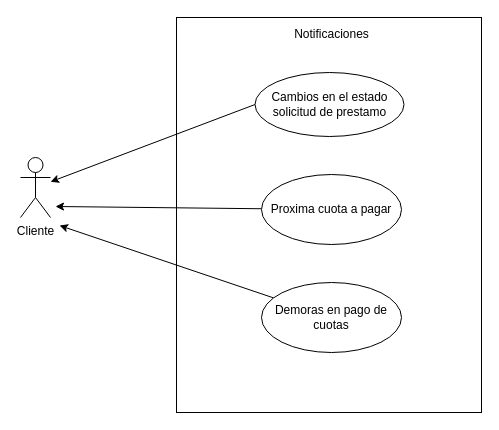
Before: docs/use cases/notifications.drawio in alexrv11/credicuotas, a draw.io diagram. Source tidied: cells renumbered, new cells numbered last; positions are measured from the earlier drawing's top-left corner, leaving out a move shared by most shapes. Both pictures are drawn from the tidied source at 100%, with x=0, y=0 at pixel (20, 17).
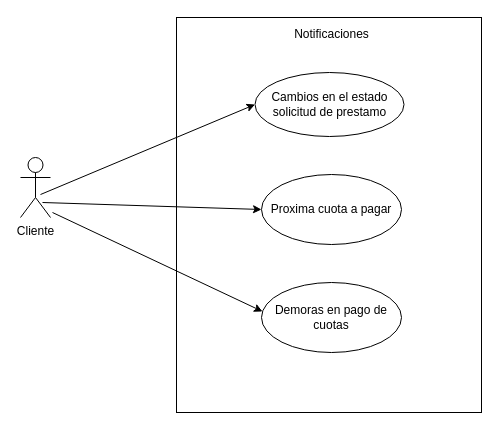
Above is the later version.

What changed in the source:
```diff
@@
 <mxGraphModel>
   <root>
     <mxCell id="0" />
     <mxCell id="1" parent="0" />
     <mxCell id="2" style="rounded=0;whiteSpace=wrap;html=1;" parent="1" vertex="1">
       <mxGeometry x="156" width="305" height="395" as="geometry" />
     </mxCell>
-    <mxCell id="3" style="edgeStyle=none;html=1;" parent="1" edge="1" source="4">
-      <mxGeometry relative="1" as="geometry">
-        <mxPoint x="39" y="208" as="targetPoint" />
-      </mxGeometry>
-    </mxCell>
     <mxCell id="4" value="Demoras en pago de cuotas" style="ellipse;whiteSpace=wrap;html=1;" parent="1" vertex="1">
       <mxGeometry x="241" y="265" width="140" height="70" as="geometry" />
     </mxCell>
     <mxCell id="5" value="Notificaciones" style="text;html=1;align=center;verticalAlign=middle;strokeColor=none;" parent="1" vertex="1">
       <mxGeometry x="268.5" y="8" width="85" height="18" as="geometry" />
     </mxCell>
-    <mxCell id="6" style="edgeStyle=none;html=1;exitX=0;exitY=0.5;exitDx=0;exitDy=0;" parent="1" edge="1" source="7" target="10">
+    <mxCell id="6" style="edgeStyle=none;html=1;entryX=0;entryY=0.5;entryDx=0;entryDy=0;exitX=0.667;exitY=0.617;exitDx=0;exitDy=0;exitPerimeter=0;" parent="1" edge="1" source="10" target="7">
       <mxGeometry relative="1" as="geometry" />
     </mxCell>
     <mxCell id="7" value="Cambios en el estado solicitud de prestamo" style="ellipse;whiteSpace=wrap;html=1;" parent="1" vertex="1">
       <mxGeometry x="234.5" y="55" width="149" height="64" as="geometry" />
     </mxCell>
-    <mxCell id="8" style="edgeStyle=none;html=1;" parent="1" edge="1" source="9">
-      <mxGeometry relative="1" as="geometry">
-        <mxPoint x="35" y="189" as="targetPoint" />
-      </mxGeometry>
+    <mxCell id="8" style="edgeStyle=none;html=1;exitX=0.733;exitY=0.75;exitDx=0;exitDy=0;exitPerimeter=0;entryX=0;entryY=0.5;entryDx=0;entryDy=0;" parent="1" edge="1" source="10" target="9">
+      <mxGeometry relative="1" as="geometry" />
     </mxCell>
     <mxCell id="9" value="Proxima cuota a pagar" style="ellipse;whiteSpace=wrap;html=1;" parent="1" vertex="1">
       <mxGeometry x="241" y="157" width="140" height="70" as="geometry" />
     </mxCell>
     <mxCell id="10" value="Cliente" style="shape=umlActor;verticalLabelPosition=bottom;verticalAlign=top;html=1;" parent="1" vertex="1">
       <mxGeometry y="140" width="30" height="60" as="geometry" />
     </mxCell>
+    <mxCell id="11" style="edgeStyle=none;html=1;exitX=0.733;exitY=0.75;exitDx=0;exitDy=0;exitPerimeter=0;entryX=0.007;entryY=0.414;entryDx=0;entryDy=0;entryPerimeter=0;" parent="1" edge="1" target="4">
+      <mxGeometry relative="1" as="geometry">
+        <mxPoint x="32" y="195" as="sourcePoint" />
+      </mxGeometry>
+    </mxCell>
   </root>
 </mxGraphModel>
```
